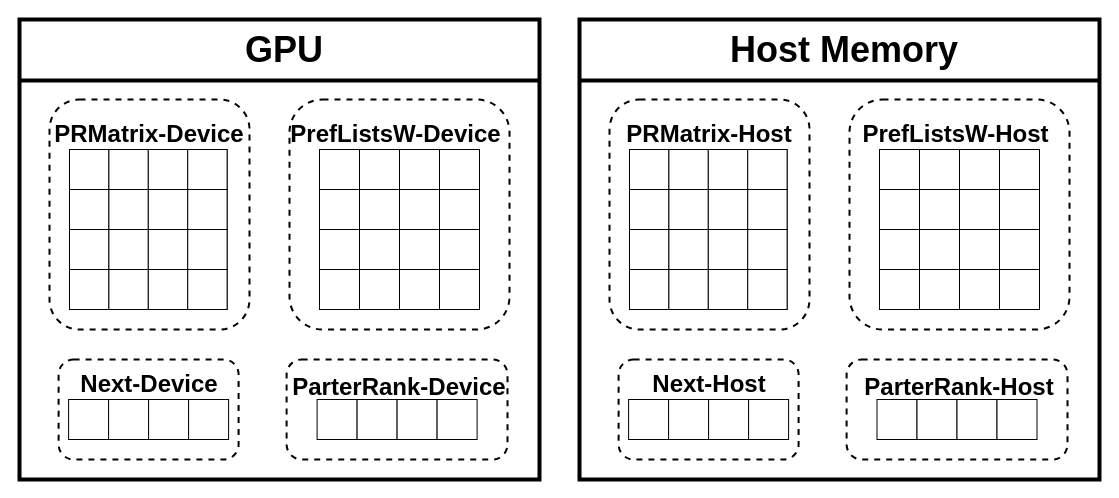
This is Hybrid.drawio from victorliu-sq/BambooSMP-Figures, a draw.io file, before an edit. Source tidied: cells renumbered, new cells numbered last; positions are measured from the earlier drawing's top-left corner, leaving out a move shared by most shapes. Both pictures are drawn from the tidied source at 100%, with x=0, y=0 at pixel (19, 19).
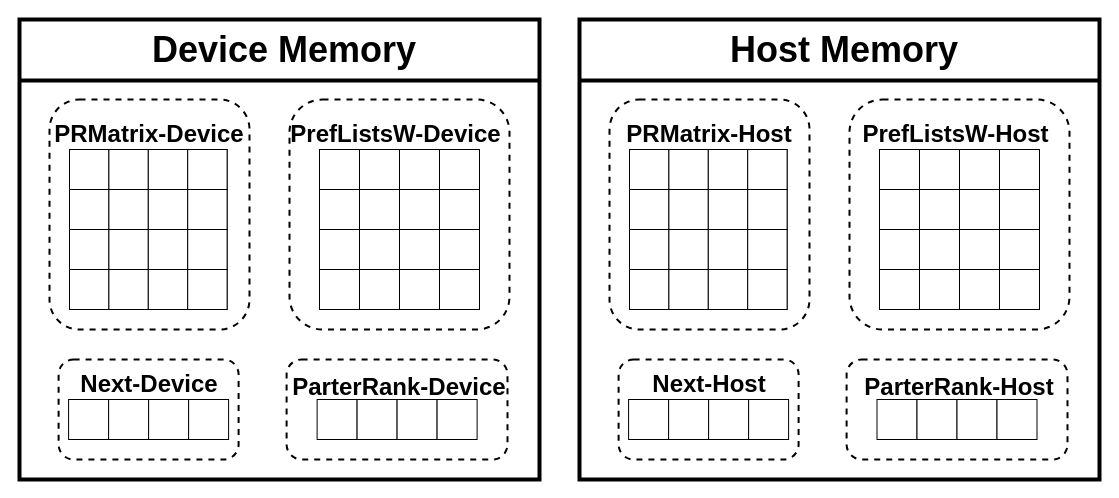
After the change.

Change to the diagram source:
```diff
@@
-    <mxCell id="5" value="&lt;b style=&quot;font-size: 36px;&quot;&gt;&lt;font style=&quot;font-size: 36px;&quot;&gt;&amp;nbsp;GPU&lt;br&gt;&lt;/font&gt;&lt;/b&gt;" style="rounded=1;whiteSpace=wrap;html=1;strokeColor=none;fillColor=none;fontSize=36;" parent="1" vertex="1">
+    <mxCell id="5" value="&lt;b style=&quot;font-size: 36px;&quot;&gt;&lt;font style=&quot;font-size: 36px;&quot;&gt;&amp;nbsp;Device Memory&lt;br&gt;&lt;/font&gt;&lt;/b&gt;" style="rounded=1;whiteSpace=wrap;html=1;strokeColor=none;fillColor=none;fontSize=36;" parent="1" vertex="1">
       <mxGeometry x="65" y="10" width="390" height="40" as="geometry" />
     </mxCell>
```
